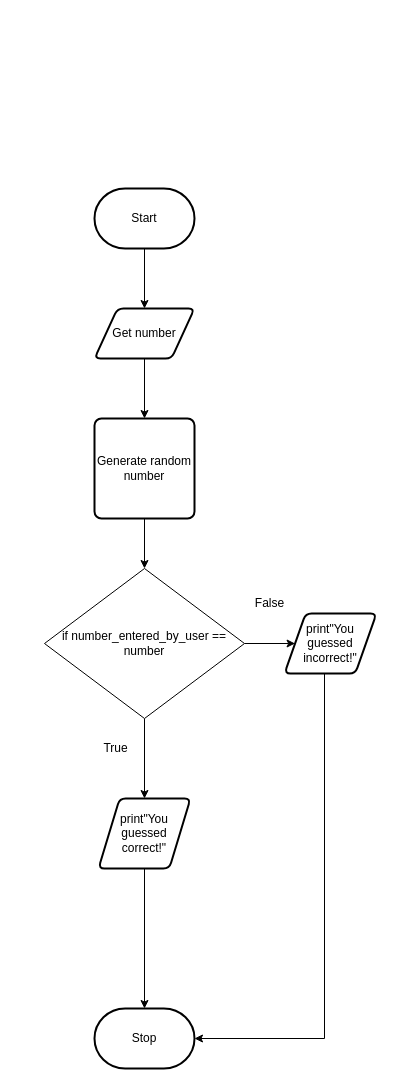
The draw.io diagram flowchart.drawio in michael-clermont1/ICS3U-Unit6-03-Python, before the edit. Source tidied: cells renumbered, new cells numbered last; positions are measured from the earlier drawing's top-left corner, leaving out a move shared by most shapes. Both pictures are drawn from the tidied source at 100%, with x=0, y=0 at pixel (44, 188).
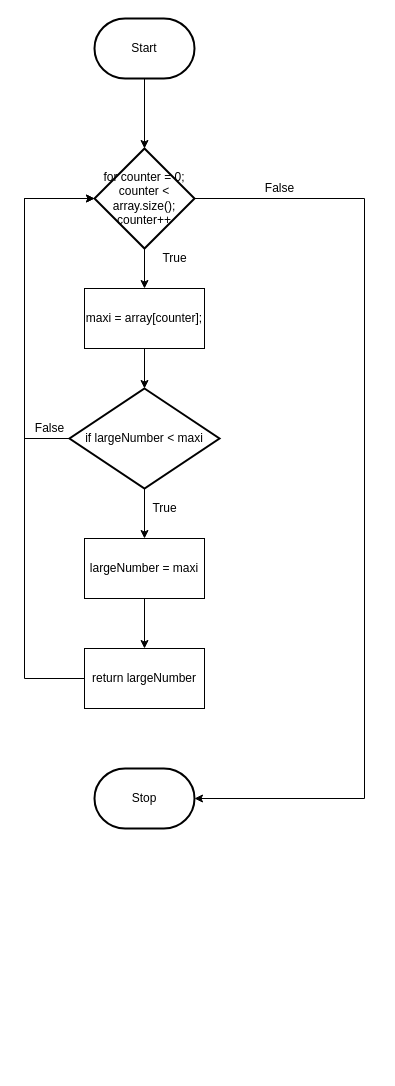
Above is the later version.

Diff of the diagram source:
```diff
@@
-    <mxCell id="2" style="edgeStyle=orthogonalEdgeStyle;rounded=0;html=1;exitX=0.5;exitY=1;exitDx=0;exitDy=0;entryX=0.5;entryY=0;entryDx=0;entryDy=0;" parent="1" edge="1" source="3" target="17">
-      <mxGeometry relative="1" as="geometry" />
-    </mxCell>
-    <mxCell id="3" value="Get number" style="shape=parallelogram;html=1;strokeWidth=2;perimeter=parallelogramPerimeter;whiteSpace=wrap;rounded=1;arcSize=12;size=0.23;" parent="1" vertex="1">
-      <mxGeometry x="50" y="120" width="100" height="50" as="geometry" />
-    </mxCell>
-    <mxCell id="4" style="edgeStyle=orthogonalEdgeStyle;rounded=0;html=1;entryX=0.5;entryY=0;entryDx=0;entryDy=0;" parent="1" edge="1" source="5" target="3">
-      <mxGeometry relative="1" as="geometry" />
-    </mxCell>
+    <mxCell id="18" style="edgeStyle=orthogonalEdgeStyle;rounded=0;html=1;entryX=0.5;entryY=0;entryDx=0;entryDy=0;entryPerimeter=0;" parent="1" edge="1" source="5" target="20">
+      <mxGeometry relative="1" as="geometry" />
+    </mxCell>
     <mxCell id="5" value="Start" style="strokeWidth=2;html=1;shape=mxgraph.flowchart.terminator;whiteSpace=wrap;" parent="1" vertex="1">
-      <mxGeometry x="50" width="100" height="60" as="geometry" />
+      <mxGeometry x="50" y="-170" width="100" height="60" as="geometry" />
     </mxCell>
     <mxCell id="6" value="Stop" style="strokeWidth=2;html=1;shape=mxgraph.flowchart.terminator;whiteSpace=wrap;" parent="1" vertex="1">
-      <mxGeometry x="50" y="820" width="100" height="60" as="geometry" />
+      <mxGeometry x="50" y="580" width="100" height="60" as="geometry" />
     </mxCell>
-    <mxCell id="7" style="edgeStyle=orthogonalEdgeStyle;rounded=0;html=1;entryX=0.5;entryY=0;entryDx=0;entryDy=0;entryPerimeter=0;" parent="1" edge="1" source="8" target="6">
-      <mxGeometry relative="1" as="geometry" />
-    </mxCell>
-    <mxCell id="8" value="print&quot;You guessed correct!&quot;" style="shape=parallelogram;html=1;strokeWidth=2;perimeter=parallelogramPerimeter;whiteSpace=wrap;rounded=1;arcSize=12;size=0.23;" parent="1" vertex="1">
-      <mxGeometry x="54" y="610" width="92" height="70" as="geometry" />
-    </mxCell>
-    <mxCell id="9" style="edgeStyle=orthogonalEdgeStyle;rounded=0;html=1;entryX=1;entryY=0.5;entryDx=0;entryDy=0;entryPerimeter=0;" parent="1" edge="1" source="10" target="6">
-      <mxGeometry relative="1" as="geometry">
-        <Array as="points">
-          <mxPoint x="280" y="850" />
-        </Array>
-      </mxGeometry>
-    </mxCell>
-    <mxCell id="10" value="print&quot;You guessed incorrect!&quot;" style="shape=parallelogram;html=1;strokeWidth=2;perimeter=parallelogramPerimeter;whiteSpace=wrap;rounded=1;arcSize=12;size=0.23;" parent="1" vertex="1">
-      <mxGeometry x="240" y="425" width="92" height="60" as="geometry" />
-    </mxCell>
-    <mxCell id="11" style="edgeStyle=none;html=1;entryX=0.5;entryY=0;entryDx=0;entryDy=0;" parent="1" edge="1" source="13" target="8">
-      <mxGeometry relative="1" as="geometry" />
-    </mxCell>
-    <mxCell id="12" style="edgeStyle=orthogonalEdgeStyle;html=1;entryX=0;entryY=0.5;entryDx=0;entryDy=0;" parent="1" edge="1" source="13" target="10">
-      <mxGeometry relative="1" as="geometry" />
-    </mxCell>
-    <mxCell id="13" value="&lt;span&gt;if number_entered_by_user == number&lt;/span&gt;" style="rhombus;whiteSpace=wrap;html=1;" parent="1" vertex="1">
-      <mxGeometry y="380" width="200" height="150" as="geometry" />
-    </mxCell>
     <mxCell id="14" value="False" style="text;html=1;align=center;verticalAlign=middle;fillColor=none;strokeColor=none;rounded=0;" parent="1" vertex="1">
-      <mxGeometry x="200" y="405" width="50" height="20" as="geometry" />
+      <mxGeometry x="210" y="-10" width="50" height="20" as="geometry" />
     </mxCell>
     <mxCell id="15" value="True" style="text;html=1;align=center;verticalAlign=middle;fillColor=none;strokeColor=none;rounded=0;" parent="1" vertex="1">
-      <mxGeometry x="51" y="550" width="40" height="20" as="geometry" />
+      <mxGeometry x="110" y="60" width="40" height="20" as="geometry" />
     </mxCell>
+    <mxCell id="19" style="edgeStyle=none;html=1;" parent="1" edge="1" source="20" target="12">
+      <mxGeometry relative="1" as="geometry" />
+    </mxCell>
-    <mxCell id="16" style="edgeStyle=orthogonalEdgeStyle;rounded=0;html=1;entryX=0.5;entryY=0;entryDx=0;entryDy=0;" parent="1" edge="1" source="17" target="13">
-      <mxGeometry relative="1" as="geometry" />
+    <mxCell id="16" style="edgeStyle=orthogonalEdgeStyle;rounded=0;html=1;entryX=1;entryY=0.5;entryDx=0;entryDy=0;entryPerimeter=0;" parent="1" edge="1" source="20" target="6">
+      <mxGeometry relative="1" as="geometry">
+        <Array as="points">
+          <mxPoint x="320" y="10" />
+          <mxPoint x="320" y="610" />
+        </Array>
+      </mxGeometry>
     </mxCell>
+    <mxCell id="20" value="for&amp;nbsp;counter = 0; counter &amp;lt; array.size(); counter++" style="strokeWidth=2;html=1;shape=mxgraph.flowchart.decision;whiteSpace=wrap;" parent="1" vertex="1">
+      <mxGeometry x="50" y="-40" width="100" height="100" as="geometry" />
+    </mxCell>
+    <mxCell id="21" style="edgeStyle=none;html=1;entryX=0.5;entryY=0;entryDx=0;entryDy=0;entryPerimeter=0;" parent="1" edge="1" source="12" target="7">
+      <mxGeometry relative="1" as="geometry" />
+    </mxCell>
+    <mxCell id="12" value="maxi = array[counter];" style="rounded=0;whiteSpace=wrap;html=1;" parent="1" vertex="1">
+      <mxGeometry x="40" y="100" width="120" height="60" as="geometry" />
+    </mxCell>
-    <mxCell id="17" value="Generate random number" style="rounded=1;whiteSpace=wrap;html=1;absoluteArcSize=1;arcSize=14;strokeWidth=2;" parent="1" vertex="1">
-      <mxGeometry x="50" y="230" width="100" height="100" as="geometry" />
+    <mxCell id="17" style="edgeStyle=none;html=1;entryX=0.5;entryY=0;entryDx=0;entryDy=0;" parent="1" edge="1" source="7" target="23">
+      <mxGeometry relative="1" as="geometry" />
     </mxCell>
+    <mxCell id="4" style="edgeStyle=orthogonalEdgeStyle;rounded=0;html=1;entryX=0;entryY=0.5;entryDx=0;entryDy=0;entryPerimeter=0;" parent="1" edge="1" source="7" target="20">
+      <mxGeometry relative="1" as="geometry">
+        <Array as="points">
+          <mxPoint x="-20" y="250" />
+          <mxPoint x="-20" y="10" />
+        </Array>
+      </mxGeometry>
+    </mxCell>
+    <mxCell id="7" value="if largeNumber &amp;lt; maxi" style="strokeWidth=2;html=1;shape=mxgraph.flowchart.decision;whiteSpace=wrap;" parent="1" vertex="1">
+      <mxGeometry x="25" y="200" width="150" height="100" as="geometry" />
+    </mxCell>
+    <mxCell id="22" style="edgeStyle=none;html=1;entryX=0.5;entryY=0;entryDx=0;entryDy=0;" parent="1" edge="1" source="23" target="24">
+      <mxGeometry relative="1" as="geometry" />
+    </mxCell>
+    <mxCell id="23" value="largeNumber = maxi" style="rounded=0;whiteSpace=wrap;html=1;" parent="1" vertex="1">
+      <mxGeometry x="40" y="350" width="120" height="60" as="geometry" />
+    </mxCell>
+    <mxCell id="2" style="edgeStyle=orthogonalEdgeStyle;rounded=0;html=1;entryX=0;entryY=0.5;entryDx=0;entryDy=0;entryPerimeter=0;" parent="1" edge="1" source="24" target="20">
+      <mxGeometry relative="1" as="geometry">
+        <Array as="points">
+          <mxPoint x="-20" y="490" />
+          <mxPoint x="-20" y="10" />
+        </Array>
+      </mxGeometry>
+    </mxCell>
+    <mxCell id="24" value="return largeNumber" style="rounded=0;whiteSpace=wrap;html=1;" parent="1" vertex="1">
+      <mxGeometry x="40" y="460" width="120" height="60" as="geometry" />
+    </mxCell>
+    <mxCell id="25" value="True" style="text;html=1;align=center;verticalAlign=middle;fillColor=none;strokeColor=none;rounded=0;" parent="1" vertex="1">
+      <mxGeometry x="100" y="310" width="40" height="20" as="geometry" />
+    </mxCell>
+    <mxCell id="9" value="False" style="text;html=1;align=center;verticalAlign=middle;fillColor=none;strokeColor=none;rounded=0;" parent="1" vertex="1">
+      <mxGeometry x="-20" y="230" width="50" height="20" as="geometry" />
+    </mxCell>
```
